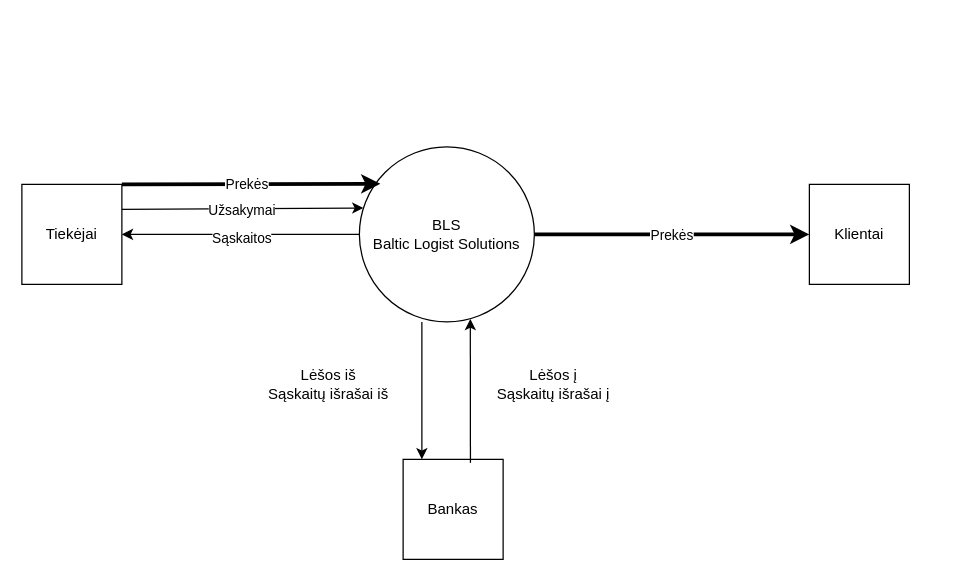
Earlier version of the draw.io diagram page "Pagrindinis Lygis" (1 of 3) of Untitled Diagram.drawio (D0mazo/Studijos). Source tidied: cells renumbered, new cells numbered last; positions are measured from the earlier drawing's top-left corner, leaving out a move shared by most shapes. Both pictures are drawn from the tidied source at 125%, with x=0, y=0 at pixel (21, 146).
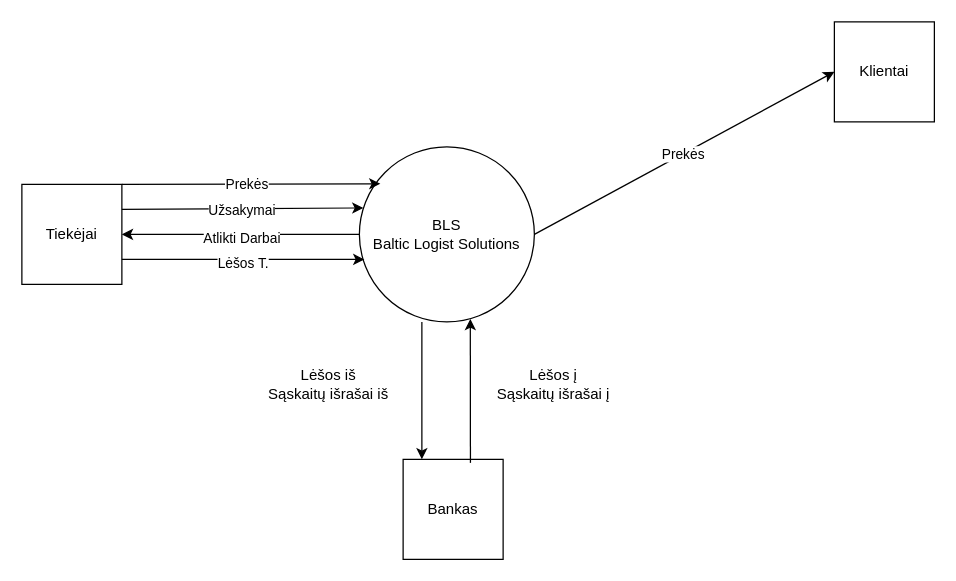
Above is the later version.

The change refers to these unchanged cells:
```xml
<mxCell id="2" value="BLS&lt;div&gt;Baltic Logist Solutions&lt;/div&gt;" style="ellipse;whiteSpace=wrap;html=1;" parent="1" vertex="1">
  <mxGeometry x="270" width="140" height="140" as="geometry" />
</mxCell>
<mxCell id="6" value="Tiekėjai" style="whiteSpace=wrap;html=1;" parent="1" vertex="1">
  <mxGeometry y="30" width="80" height="80" as="geometry" />
</mxCell>
<mxCell id="14" style="endArrow=classic;html=1;rounded=0;exitX=0;exitY=0.5;exitDx=0;exitDy=0;entryX=1;entryY=0.5;entryDx=0;entryDy=0;" parent="1" edge="1" source="2" target="6">
  <mxGeometry relative="1" as="geometry" />
</mxCell>
```

The edit, as a diff of the source:
```diff
@@
-    <mxCell id="3" style="endArrow=classic;html=1;rounded=0;exitX=1;exitY=0.5;exitDx=0;exitDy=0;entryX=0;entryY=0.5;entryDx=0;entryDy=0;strokeWidth=3;" parent="1" edge="1" source="2" target="5">
+    <mxCell id="3" style="endArrow=classic;html=1;rounded=0;exitX=1;exitY=0.5;exitDx=0;exitDy=0;entryX=0;entryY=0.5;entryDx=0;entryDy=0;" parent="1" edge="1" source="2" target="5">
       <mxGeometry relative="1" as="geometry" />
     </mxCell>
@@
     <mxCell id="5" value="Klientai" style="whiteSpace=wrap;html=1;" parent="1" vertex="1">
-      <mxGeometry x="630" y="30" width="80" height="80" as="geometry" />
+      <mxGeometry x="650" y="-100" width="80" height="80" as="geometry" />
     </mxCell>
@@
-    <mxCell id="10" style="endArrow=classic;html=1;rounded=0;exitX=1;exitY=0;exitDx=0;exitDy=0;entryX=0.12;entryY=0.211;entryDx=0;entryDy=0;entryPerimeter=0;strokeWidth=3;" parent="1" edge="1" source="6" target="2">
+    <mxCell id="10" style="endArrow=classic;html=1;rounded=0;exitX=1;exitY=0;exitDx=0;exitDy=0;entryX=0.12;entryY=0.211;entryDx=0;entryDy=0;entryPerimeter=0;" parent="1" edge="1" source="6" target="2">
       <mxGeometry relative="1" as="geometry" />
     </mxCell>
@@
-    <mxCell id="15" value="Sąskaitos" style="edgeLabel;html=1;align=center;verticalAlign=middle;" parent="14" vertex="1">
+    <mxCell id="15" value="Atlikti Darbai" style="edgeLabel;html=1;align=center;verticalAlign=middle;" parent="14" vertex="1">
       <mxGeometry y="2" relative="1" as="geometry" />
     </mxCell>
+    <mxCell id="18" style="endArrow=classic;html=1;rounded=0;exitX=1;exitY=0.75;exitDx=0;exitDy=0;" parent="1" edge="1" source="6">
+      <mxGeometry relative="1" as="geometry">
+        <mxPoint x="274" y="90" as="targetPoint" />
+      </mxGeometry>
+    </mxCell>
+    <mxCell id="19" value="Lėšos T." style="edgeLabel;html=1;align=center;verticalAlign=middle;" parent="18" vertex="1">
+      <mxGeometry x="-0.01" y="-2" relative="1" as="geometry" />
+    </mxCell>
```
